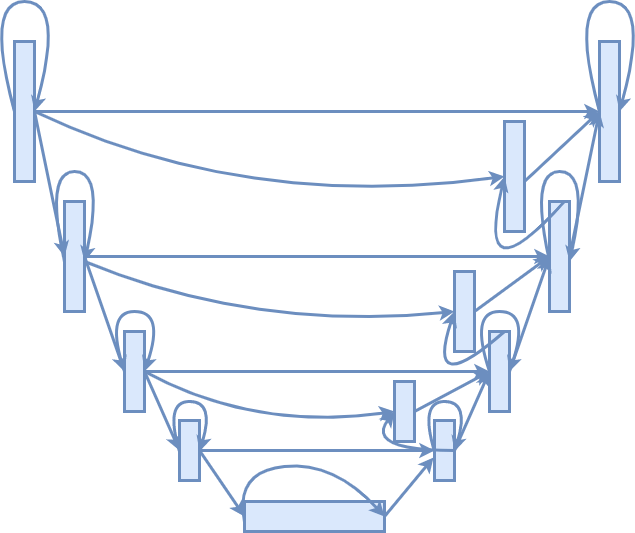
This is mynet2.png from sungyoonahn/Hint-based-image-colorization-using-Attention-Unet, a draw.io export, as it was before one commit. Source tidied: cells renumbered, new cells last; positions are measured from the earlier drawing's top-left corner, leaving out a move shared by most shapes.
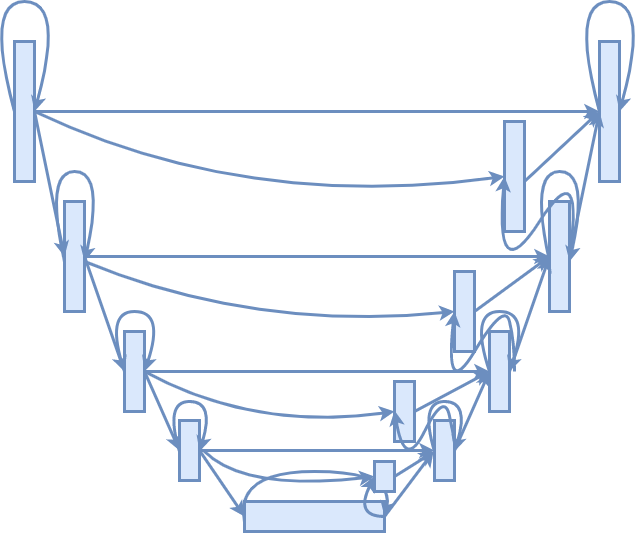
After the commit.

Diff of the diagram source:
```diff
@@ -46,8 +46,10 @@
         <mxPoint x="50" y="110" as="sourcePoint" />
       </mxGeometry>
     </mxCell>
-    <mxCell id="16" style="endArrow=classic;html=1;exitX=1;exitY=0.5;exitDx=0;exitDy=0;entryX=-0.05;entryY=0.617;entryDx=0;entryDy=0;fillColor=#dae8fc;strokeColor=#6c8ebf;strokeWidth=3;entryPerimeter=0;" parent="1" edge="1" source="14" target="13">
-      <mxGeometry relative="1" as="geometry" />
+    <mxCell id="16" style="endArrow=classic;html=1;exitX=1;exitY=0.5;exitDx=0;exitDy=0;fillColor=#dae8fc;strokeColor=#6c8ebf;strokeWidth=3;" parent="1" edge="1" source="14">
+      <mxGeometry relative="1" as="geometry">
+        <mxPoint x="449" y="450" as="targetPoint" />
+      </mxGeometry>
     </mxCell>
     <mxCell id="17" style="endArrow=classic;html=1;exitX=1;exitY=0.5;exitDx=0;exitDy=0;entryX=0;entryY=0.5;entryDx=0;entryDy=0;fillColor=#dae8fc;strokeColor=#6c8ebf;strokeWidth=3;" parent="1" edge="1" source="12" target="14">
       <mxGeometry relative="1" as="geometry" />
@@ -115,7 +117,7 @@
         <mxPoint x="260" y="520" as="sourcePoint" />
         <Array as="points">
           <mxPoint x="250" y="470" />
-          <mxPoint x="350" y="460" />
+          <mxPoint x="410" y="470" />
         </Array>
       </mxGeometry>
     </mxCell>
@@ -169,10 +171,11 @@
     <mxCell id="33" style="rounded=0;whiteSpace=wrap;html=1;fillColor=#dae8fc;strokeColor=#6c8ebf;strokeWidth=3;" parent="1" vertex="1">
       <mxGeometry x="520" y="120" width="20" height="110" as="geometry" />
     </mxCell>
-    <mxCell id="34" style="curved=1;endArrow=classic;html=1;strokeWidth=3;exitX=0.75;exitY=0;exitDx=0;exitDy=0;entryX=0;entryY=0.5;entryDx=0;entryDy=0;fillColor=#dae8fc;strokeColor=#6c8ebf;" parent="1" edge="1" source="4" target="33">
+    <mxCell id="34" style="curved=1;endArrow=classic;html=1;strokeWidth=3;exitX=1;exitY=0.5;exitDx=0;exitDy=0;entryX=0;entryY=0.5;entryDx=0;entryDy=0;fillColor=#dae8fc;strokeColor=#6c8ebf;" parent="1" edge="1" source="4" target="33">
       <mxGeometry relative="1" as="geometry">
         <Array as="points">
-          <mxPoint x="490" y="300" />
+          <mxPoint x="600" y="150" />
+          <mxPoint x="510" y="290" />
         </Array>
       </mxGeometry>
     </mxCell>
@@ -192,10 +195,13 @@
         </Array>
       </mxGeometry>
     </mxCell>
-    <mxCell id="38" style="curved=1;endArrow=classic;html=1;strokeWidth=3;exitX=0.75;exitY=0;exitDx=0;exitDy=0;entryX=0;entryY=0.5;entryDx=0;entryDy=0;fillColor=#dae8fc;strokeColor=#6c8ebf;" parent="1" edge="1" source="8" target="36">
+    <mxCell id="38" style="curved=1;endArrow=classic;html=1;strokeWidth=3;entryX=0;entryY=0.5;entryDx=0;entryDy=0;fillColor=#dae8fc;strokeColor=#6c8ebf;" parent="1" edge="1" target="36">
       <mxGeometry relative="1" as="geometry">
+        <mxPoint x="530" y="370" as="sourcePoint" />
         <Array as="points">
-          <mxPoint x="440" y="400" />
+          <mxPoint x="530" y="340" />
+          <mxPoint x="520" y="300" />
+          <mxPoint x="460" y="400" />
         </Array>
       </mxGeometry>
     </mxCell>
@@ -213,16 +219,42 @@
         </Array>
       </mxGeometry>
     </mxCell>
-    <mxCell id="42" style="curved=1;endArrow=classic;html=1;strokeWidth=3;exitX=1;exitY=0.5;exitDx=0;exitDy=0;fillColor=#dae8fc;strokeColor=#6c8ebf;" parent="1" edge="1" source="13">
-      <mxGeometry relative="1" as="geometry">
-        <mxPoint x="410" y="410" as="targetPoint" />
-        <Array as="points">
-          <mxPoint x="380" y="449" />
-        </Array>
-      </mxGeometry>
-    </mxCell>
     <mxCell id="43" style="endArrow=classic;html=1;fillColor=#dae8fc;strokeColor=#6c8ebf;strokeWidth=3;exitX=1;exitY=0.5;exitDx=0;exitDy=0;entryX=0;entryY=0.5;entryDx=0;entryDy=0;" parent="1" edge="1" source="40" target="8">
       <mxGeometry relative="1" as="geometry" />
     </mxCell>
+    <mxCell id="44" style="curved=1;endArrow=classic;html=1;strokeWidth=3;entryX=0;entryY=0.5;entryDx=0;entryDy=0;fillColor=#dae8fc;strokeColor=#6c8ebf;" parent="1" edge="1">
+      <mxGeometry relative="1" as="geometry">
+        <mxPoint x="470" y="440" as="sourcePoint" />
+        <mxPoint x="410" y="409" as="targetPoint" />
+        <Array as="points">
+          <mxPoint x="470" y="439" />
+          <mxPoint x="460" y="390" />
+          <mxPoint x="420" y="470" />
+        </Array>
+      </mxGeometry>
+    </mxCell>
+    <mxCell id="45" style="rounded=0;whiteSpace=wrap;html=1;fillColor=#dae8fc;strokeColor=#6c8ebf;strokeWidth=3;" parent="1" vertex="1">
+      <mxGeometry x="390" y="460" width="20" height="30" as="geometry" />
+    </mxCell>
+    <mxCell id="46" style="curved=1;endArrow=classic;html=1;strokeWidth=3;entryX=0;entryY=0.5;entryDx=0;entryDy=0;fillColor=#dae8fc;strokeColor=#6c8ebf;" parent="1" edge="1" target="45">
+      <mxGeometry relative="1" as="geometry">
+        <mxPoint x="220" y="450" as="sourcePoint" />
+        <Array as="points">
+          <mxPoint x="260" y="490" />
+        </Array>
+      </mxGeometry>
+    </mxCell>
+    <mxCell id="47" style="endArrow=classic;html=1;fillColor=#dae8fc;strokeColor=#6c8ebf;strokeWidth=3;exitX=1;exitY=0.5;exitDx=0;exitDy=0;" parent="1" edge="1" source="45">
+      <mxGeometry relative="1" as="geometry">
+        <mxPoint x="450" y="450" as="targetPoint" />
+      </mxGeometry>
+    </mxCell>
+    <mxCell id="48" style="curved=1;endArrow=classic;html=1;strokeWidth=3;entryX=0;entryY=0.5;entryDx=0;entryDy=0;fillColor=#dae8fc;strokeColor=#6c8ebf;exitX=1;exitY=0.5;exitDx=0;exitDy=0;" parent="1" edge="1" source="14" target="45">
+      <mxGeometry relative="1" as="geometry">
+        <Array as="points">
+          <mxPoint x="370" y="515" />
+        </Array>
+      </mxGeometry>
+    </mxCell>
   </root>
 </mxGraphModel>
```
